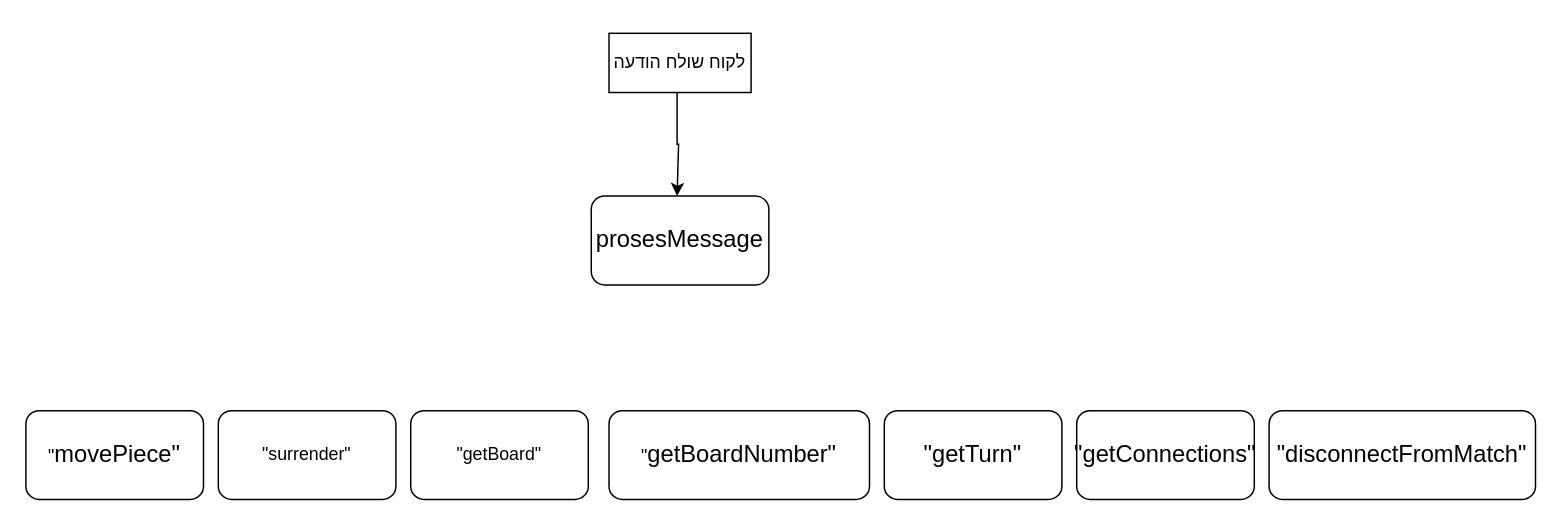
Above: page "Page-11" (11 of 11) of bullshit, candelet.drawio in MikeMal13/LaChess-maser-page (draw.io), before the change. Source tidied: cells renumbered, new cells numbered last; positions are measured from the earlier drawing's top-left corner, leaving out a move shared by most shapes. Both pictures are drawn from the tidied source at 148%, with x=0, y=0 at pixel (25, 33).
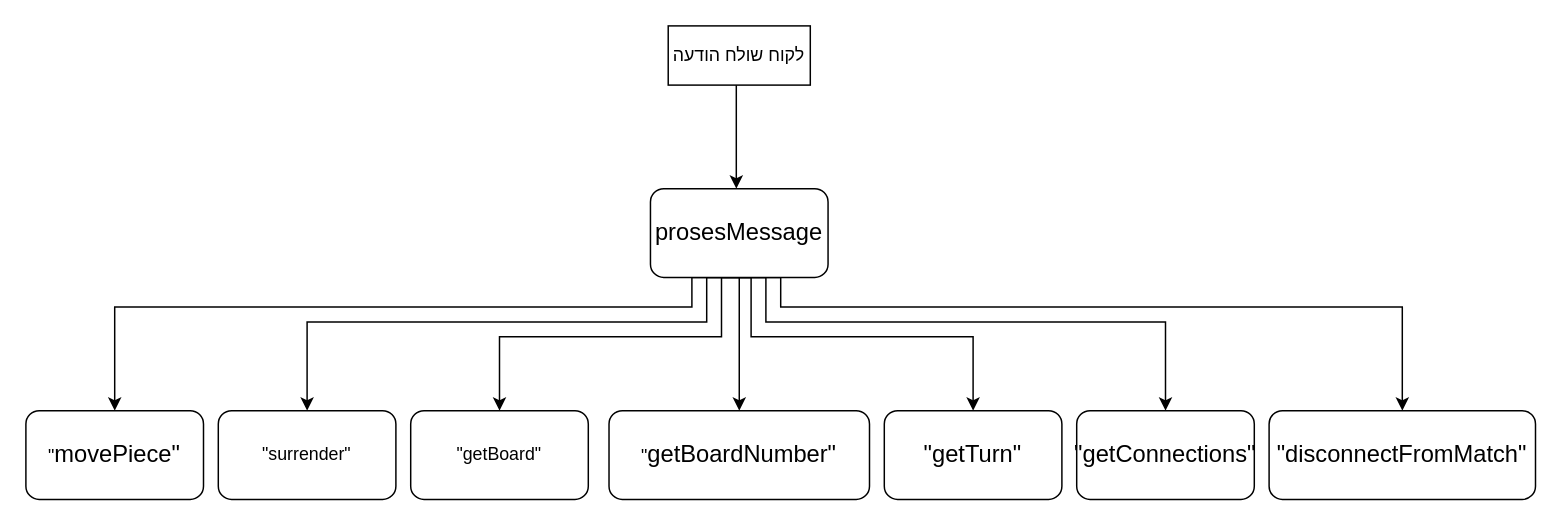
The same page after the edit.

Unchanged cells that the change refers to:
```xml
<mxCell id="5" value="&quot;&lt;span style=&quot;font-size: 12pt; line-height: 115%; font-family: Calibri, sans-serif;&quot;&gt;movePiece&quot;&lt;/span&gt;" style="rounded=1;whiteSpace=wrap;html=1;" parent="1" vertex="1">
  <mxGeometry y="255" width="120" height="60" as="geometry" />
</mxCell>
<mxCell id="6" value="&quot;surrender&quot;" style="rounded=1;whiteSpace=wrap;html=1;" parent="1" vertex="1">
  <mxGeometry x="130" y="255" width="120" height="60" as="geometry" />
</mxCell>
<mxCell id="7" value="&quot;getBoard&quot;" style="rounded=1;whiteSpace=wrap;html=1;" parent="1" vertex="1">
  <mxGeometry x="260" y="255" width="120" height="60" as="geometry" />
</mxCell>
<mxCell id="8" value="&quot;&lt;span style=&quot;font-size: 12pt; line-height: 115%; font-family: Calibri, sans-serif;&quot;&gt;getBoardNumber&quot;&lt;/span&gt;" style="rounded=1;whiteSpace=wrap;html=1;" parent="1" vertex="1">
  <mxGeometry x="394" y="255" width="176" height="60" as="geometry" />
</mxCell>
<mxCell id="9" value="&lt;span style=&quot;font-size: 12pt; line-height: 115%; font-family: Calibri, sans-serif;&quot;&gt;&quot;getTurn&quot;&lt;/span&gt;" style="rounded=1;whiteSpace=wrap;html=1;" parent="1" vertex="1">
  <mxGeometry x="580" y="255" width="120" height="60" as="geometry" />
</mxCell>
<mxCell id="10" value="&lt;span style=&quot;font-size: 12pt; line-height: 115%; font-family: Calibri, sans-serif;&quot;&gt;&quot;getConnections&quot;&lt;/span&gt;" style="rounded=1;whiteSpace=wrap;html=1;" parent="1" vertex="1">
  <mxGeometry x="710" y="255" width="120" height="60" as="geometry" />
</mxCell>
<mxCell id="11" value="&lt;span style=&quot;font-size: 12pt; line-height: 115%; font-family: Calibri, sans-serif;&quot;&gt;&quot;disconnectFromMatch&quot;&lt;/span&gt;" style="rounded=1;whiteSpace=wrap;html=1;" parent="1" vertex="1">
  <mxGeometry x="840" y="255" width="180" height="60" as="geometry" />
</mxCell>
```

What changed in the source:
```diff
@@
     <mxCell id="2" style="edgeStyle=orthogonalEdgeStyle;rounded=0;jettySize=auto;html=1;" parent="1" edge="1" source="3">
       <mxGeometry relative="1" as="geometry">
-        <mxPoint x="440" y="110" as="targetPoint" />
+        <mxPoint x="480" y="105" as="targetPoint" />
         <Array as="points">
-          <mxPoint x="440" y="75" />
-          <mxPoint x="441" y="75" />
-          <mxPoint x="441" y="110" />
+          <mxPoint x="480" y="85" />
+          <mxPoint x="480" y="85" />
         </Array>
       </mxGeometry>
     </mxCell>
     <mxCell id="3" value="לקוח שולח הודעה" style="rounded=0;whiteSpace=wrap;html=1;" parent="1" vertex="1">
-      <mxGeometry x="394" width="96" height="40" as="geometry" />
+      <mxGeometry x="434" y="-5" width="96" height="40" as="geometry" />
     </mxCell>
+    <mxCell id="12" style="edgeStyle=orthogonalEdgeStyle;rounded=0;jettySize=auto;html=1;" parent="1" edge="1" source="4" target="8">
+      <mxGeometry relative="1" as="geometry" />
+    </mxCell>
+    <mxCell id="13" style="edgeStyle=orthogonalEdgeStyle;rounded=0;jettySize=auto;html=1;exitX=0.5;exitY=1;exitDx=0;exitDy=0;" parent="1" edge="1" source="4" target="7">
+      <mxGeometry relative="1" as="geometry">
+        <Array as="points">
+          <mxPoint x="470" y="165" />
+          <mxPoint x="470" y="205" />
+          <mxPoint x="320" y="205" />
+        </Array>
+      </mxGeometry>
+    </mxCell>
+    <mxCell id="14" style="edgeStyle=orthogonalEdgeStyle;rounded=0;jettySize=auto;html=1;exitX=0.5;exitY=1;exitDx=0;exitDy=0;" parent="1" edge="1" source="4" target="6">
+      <mxGeometry relative="1" as="geometry">
+        <Array as="points">
+          <mxPoint x="460" y="165" />
+          <mxPoint x="460" y="195" />
+          <mxPoint x="190" y="195" />
+        </Array>
+      </mxGeometry>
+    </mxCell>
+    <mxCell id="15" style="edgeStyle=orthogonalEdgeStyle;rounded=0;jettySize=auto;html=1;exitX=0.5;exitY=1;exitDx=0;exitDy=0;" parent="1" edge="1" source="4" target="5">
+      <mxGeometry relative="1" as="geometry">
+        <Array as="points">
+          <mxPoint x="450" y="165" />
+          <mxPoint x="450" y="185" />
+          <mxPoint x="60" y="185" />
+        </Array>
+      </mxGeometry>
+    </mxCell>
+    <mxCell id="16" style="edgeStyle=orthogonalEdgeStyle;rounded=0;jettySize=auto;html=1;exitX=0.5;exitY=1;exitDx=0;exitDy=0;" parent="1" edge="1" source="4" target="9">
+      <mxGeometry relative="1" as="geometry">
+        <Array as="points">
+          <mxPoint x="490" y="165" />
+          <mxPoint x="490" y="205" />
+          <mxPoint x="640" y="205" />
+        </Array>
+      </mxGeometry>
+    </mxCell>
+    <mxCell id="17" style="edgeStyle=orthogonalEdgeStyle;rounded=0;jettySize=auto;html=1;exitX=0.5;exitY=1;exitDx=0;exitDy=0;entryX=0.5;entryY=0;entryDx=0;entryDy=0;" parent="1" edge="1" source="4" target="10">
+      <mxGeometry relative="1" as="geometry">
+        <Array as="points">
+          <mxPoint x="500" y="165" />
+          <mxPoint x="500" y="195" />
+          <mxPoint x="770" y="195" />
+        </Array>
+      </mxGeometry>
+    </mxCell>
+    <mxCell id="18" style="edgeStyle=orthogonalEdgeStyle;rounded=0;jettySize=auto;html=1;exitX=0.5;exitY=1;exitDx=0;exitDy=0;" parent="1" edge="1" source="4" target="11">
+      <mxGeometry relative="1" as="geometry">
+        <Array as="points">
+          <mxPoint x="510" y="165" />
+          <mxPoint x="510" y="185" />
+          <mxPoint x="930" y="185" />
+        </Array>
+      </mxGeometry>
+    </mxCell>
     <mxCell id="4" value="&lt;span style=&quot;font-size: 12pt; line-height: 115%; font-family: Calibri, sans-serif;&quot;&gt;prosesMessage&lt;/span&gt;" style="rounded=1;whiteSpace=wrap;html=1;" parent="1" vertex="1">
-      <mxGeometry x="382" y="110" width="120" height="60" as="geometry" />
+      <mxGeometry x="422" y="105" width="120" height="60" as="geometry" />
     </mxCell>
```
